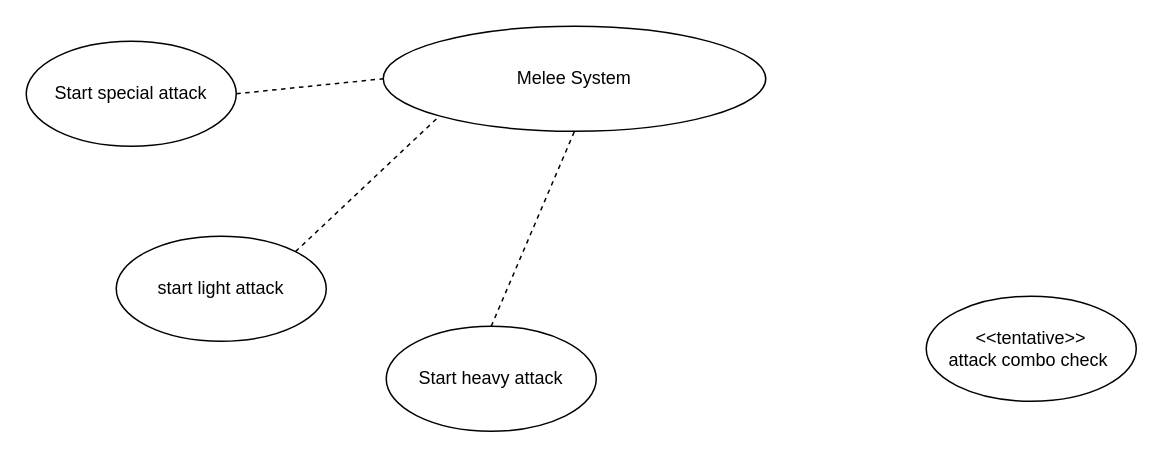
The draw.io diagram page "Melee" (2 of 11) of Diagrams/Mechanics Overview.drawio in NotTom31/MechroKnights, before the edit. Source tidied: cells renumbered, new cells numbered last; positions are measured from the earlier drawing's top-left corner, leaving out a move shared by most shapes. Both pictures are drawn from the tidied source at 150%, with x=0, y=0 at pixel (26, 26).
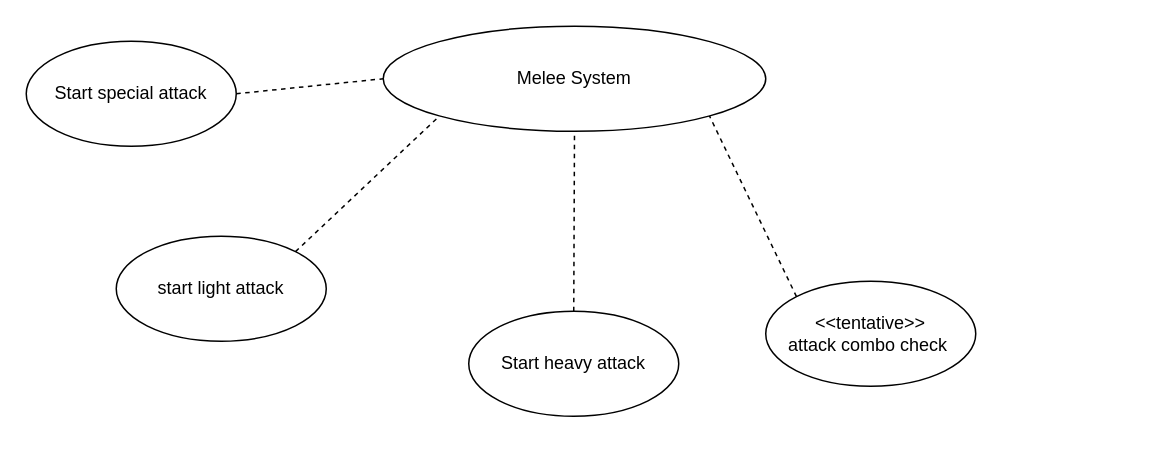
The same page after the edit.

Change to the diagram source:
```diff
@@
 <mxGraphModel>
   <root>
     <mxCell id="0" />
     <mxCell id="1" parent="0" />
     <mxCell id="2" value="Melee System" style="ellipse;whiteSpace=wrap;html=1;" parent="1" vertex="1">
       <mxGeometry x="238" width="255" height="70" as="geometry" />
     </mxCell>
     <mxCell id="3" value="start light attack" style="ellipse;whiteSpace=wrap;html=1;" parent="1" vertex="1">
       <mxGeometry x="60" y="140" width="140" height="70" as="geometry" />
     </mxCell>
     <mxCell id="4" value="Start heavy attack" style="ellipse;whiteSpace=wrap;html=1;" parent="1" vertex="1">
-      <mxGeometry x="240" y="200" width="140" height="70" as="geometry" />
+      <mxGeometry x="295" y="190" width="140" height="70" as="geometry" />
     </mxCell>
     <mxCell id="5" value="Start special attack" style="ellipse;whiteSpace=wrap;html=1;" parent="1" vertex="1">
       <mxGeometry y="10" width="140" height="70" as="geometry" />
     </mxCell>
     <mxCell id="6" value="&amp;lt;&amp;lt;tentative&amp;gt;&amp;gt;&lt;br&gt;attack combo check&amp;nbsp;" style="ellipse;whiteSpace=wrap;html=1;" parent="1" vertex="1">
-      <mxGeometry x="600" y="180" width="140" height="70" as="geometry" />
+      <mxGeometry x="493" y="170" width="140" height="70" as="geometry" />
     </mxCell>
     <mxCell id="7" style="endArrow=none;dashed=1;html=1;rounded=0;entryX=0;entryY=0.5;entryDx=0;entryDy=0;exitX=1;exitY=0.5;exitDx=0;exitDy=0;" parent="1" edge="1" source="5" target="2">
       <mxGeometry relative="1" as="geometry" />
     </mxCell>
     <mxCell id="8" style="endArrow=none;dashed=1;html=1;rounded=0;entryX=0;entryY=1;entryDx=0;entryDy=0;exitX=1;exitY=0;exitDx=0;exitDy=0;" parent="1" edge="1" source="3" target="2">
       <mxGeometry relative="1" as="geometry" />
     </mxCell>
     <mxCell id="9" style="endArrow=none;dashed=1;html=1;rounded=0;entryX=0.5;entryY=1;entryDx=0;entryDy=0;exitX=0.5;exitY=0;exitDx=0;exitDy=0;" parent="1" edge="1" source="4" target="2">
       <mxGeometry relative="1" as="geometry" />
     </mxCell>
+    <mxCell id="10" style="endArrow=none;dashed=1;html=1;rounded=0;entryX=1;entryY=1;entryDx=0;entryDy=0;exitX=0;exitY=0;exitDx=0;exitDy=0;" parent="1" edge="1" source="6" target="2">
+      <mxGeometry relative="1" as="geometry" />
+    </mxCell>
   </root>
 </mxGraphModel>
```
